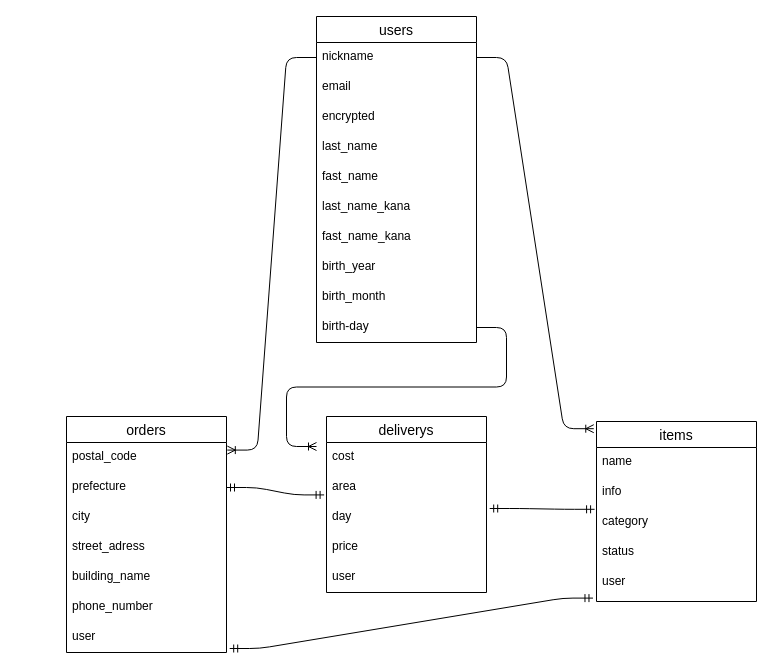
The draw.io diagram test.dio in chantake1128/furima-41428, before the edit. Source tidied: cells renumbered, new cells numbered last; positions are measured from the earlier drawing's top-left corner, leaving out a move shared by most shapes. Both pictures are drawn from the tidied source at 100%, with x=0, y=0 at pixel (66, 16).
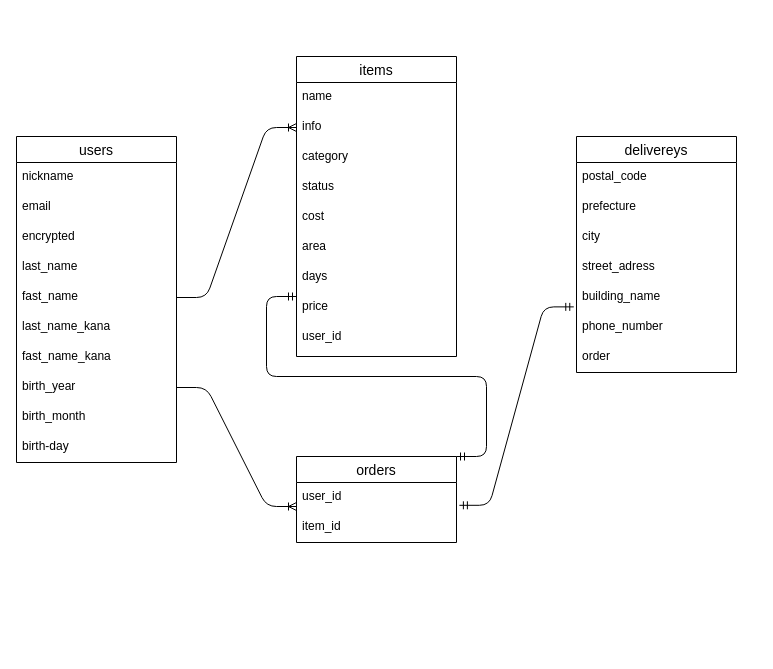
The same page after the edit.

Commit message (it also covers changes not shown here):
データベース設計

Unchanged cells that the change refers to:
```xml
<mxCell id="3" value="nickname" style="text;strokeColor=none;fillColor=none;spacingLeft=4;spacingRight=4;overflow=hidden;points=[[0,0.5],[1,0.5]];portConstraint=eastwest;fontSize=12;" parent="2" vertex="1">
  <mxGeometry y="26" width="160" height="30" as="geometry" />
</mxCell>
<mxCell id="7" value="fast_name" style="text;strokeColor=none;fillColor=none;spacingLeft=4;spacingRight=4;overflow=hidden;points=[[0,0.5],[1,0.5]];portConstraint=eastwest;fontSize=12;" parent="2" vertex="1">
  <mxGeometry y="146" width="160" height="30" as="geometry" />
</mxCell>
<mxCell id="10" value="birth_year" style="text;strokeColor=none;fillColor=none;spacingLeft=4;spacingRight=4;overflow=hidden;points=[[0,0.5],[1,0.5]];portConstraint=eastwest;fontSize=12;" parent="2" vertex="1">
  <mxGeometry y="236" width="160" height="30" as="geometry" />
</mxCell>
<mxCell id="12" value="birth-day" style="text;strokeColor=none;fillColor=none;spacingLeft=4;spacingRight=4;overflow=hidden;points=[[0,0.5],[1,0.5]];portConstraint=eastwest;fontSize=12;" parent="2" vertex="1">
  <mxGeometry y="296" width="160" height="30" as="geometry" />
</mxCell>
<mxCell id="16" value="info" style="text;strokeColor=none;fillColor=none;spacingLeft=4;spacingRight=4;overflow=hidden;points=[[0,0.5],[1,0.5]];portConstraint=eastwest;fontSize=12;" parent="14" vertex="1">
  <mxGeometry y="56" width="160" height="30" as="geometry" />
</mxCell>
<mxCell id="17" value="category" style="text;strokeColor=none;fillColor=none;spacingLeft=4;spacingRight=4;overflow=hidden;points=[[0,0.5],[1,0.5]];portConstraint=eastwest;fontSize=12;" parent="14" vertex="1">
  <mxGeometry y="86" width="160" height="30" as="geometry" />
</mxCell>
<mxCell id="27" value="postal_code" style="text;strokeColor=none;fillColor=none;spacingLeft=4;spacingRight=4;overflow=hidden;points=[[0,0.5],[1,0.5]];portConstraint=eastwest;fontSize=12;" parent="26" vertex="1">
  <mxGeometry y="26" width="160" height="30" as="geometry" />
</mxCell>
<mxCell id="28" value="prefecture" style="text;strokeColor=none;fillColor=none;spacingLeft=4;spacingRight=4;overflow=hidden;points=[[0,0.5],[1,0.5]];portConstraint=eastwest;fontSize=12;" parent="26" vertex="1">
  <mxGeometry y="56" width="160" height="30" as="geometry" />
</mxCell>
<mxCell id="31" value="building_name" style="text;strokeColor=none;fillColor=none;spacingLeft=4;spacingRight=4;overflow=hidden;points=[[0,0.5],[1,0.5]];portConstraint=eastwest;fontSize=12;" parent="26" vertex="1">
  <mxGeometry y="146" width="160" height="30" as="geometry" />
</mxCell>
```

Diff of the diagram source:
```diff
@@
     <mxCell id="2" value="users" style="swimlane;fontStyle=0;horizontal=1;startSize=26;align=center;fontSize=14;" parent="1" vertex="1">
-      <mxGeometry x="250" width="160" height="326" as="geometry" />
+      <mxGeometry x="-50" y="120" width="160" height="326" as="geometry" />
     </mxCell>
@@
     <mxCell id="14" value="items" style="swimlane;fontStyle=0;horizontal=1;startSize=26;align=center;fontSize=14;" parent="1" vertex="1">
-      <mxGeometry x="530" y="405" width="160" height="180" as="geometry" />
+      <mxGeometry x="230" y="40" width="160" height="300" as="geometry" />
     </mxCell>
@@
-    <mxCell id="19" value="user" style="text;strokeColor=none;fillColor=none;spacingLeft=4;spacingRight=4;overflow=hidden;points=[[0,0.5],[1,0.5]];portConstraint=eastwest;fontSize=12;" parent="14" vertex="1">
-      <mxGeometry y="146" width="160" height="34" as="geometry" />
-    </mxCell>
-    <mxCell id="20" value="deliverys" style="swimlane;fontStyle=0;horizontal=1;startSize=26;align=center;fontSize=14;" parent="1" vertex="1">
-      <mxGeometry x="260" y="400" width="160" height="176" as="geometry" />
-    </mxCell>
-    <mxCell id="21" value="cost" style="text;strokeColor=none;fillColor=none;spacingLeft=4;spacingRight=4;overflow=hidden;fontSize=12;" parent="20" vertex="1">
-      <mxGeometry y="26" width="160" height="30" as="geometry" />
+    <mxCell id="21" value="cost" style="text;strokeColor=none;fillColor=none;spacingLeft=4;spacingRight=4;overflow=hidden;fontSize=12;" parent="14" vertex="1">
+      <mxGeometry y="146" width="160" height="30" as="geometry" />
     </mxCell>
-    <mxCell id="22" value="area" style="text;strokeColor=none;fillColor=none;spacingLeft=4;spacingRight=4;overflow=hidden;points=[[0,0.5],[1,0.5]];portConstraint=eastwest;fontSize=12;" parent="20" vertex="1">
-      <mxGeometry y="56" width="160" height="30" as="geometry" />
+    <mxCell id="22" value="area" style="text;strokeColor=none;fillColor=none;spacingLeft=4;spacingRight=4;overflow=hidden;points=[[0,0.5],[1,0.5]];portConstraint=eastwest;fontSize=12;" parent="14" vertex="1">
+      <mxGeometry y="176" width="160" height="30" as="geometry" />
     </mxCell>
-    <mxCell id="23" value="day" style="text;strokeColor=none;fillColor=none;spacingLeft=4;spacingRight=4;overflow=hidden;points=[[0,0.5],[1,0.5]];portConstraint=eastwest;fontSize=12;" parent="20" vertex="1">
-      <mxGeometry y="86" width="160" height="30" as="geometry" />
+    <mxCell id="23" value="days" style="text;strokeColor=none;fillColor=none;spacingLeft=4;spacingRight=4;overflow=hidden;points=[[0,0.5],[1,0.5]];portConstraint=eastwest;fontSize=12;" parent="14" vertex="1">
+      <mxGeometry y="206" width="160" height="30" as="geometry" />
     </mxCell>
-    <mxCell id="24" value="price" style="text;strokeColor=none;fillColor=none;spacingLeft=4;spacingRight=4;overflow=hidden;fontSize=12;" parent="20" vertex="1">
-      <mxGeometry y="116" width="160" height="30" as="geometry" />
+    <mxCell id="24" value="price" style="text;strokeColor=none;fillColor=none;spacingLeft=4;spacingRight=4;overflow=hidden;fontSize=12;" parent="14" vertex="1">
+      <mxGeometry y="236" width="160" height="30" as="geometry" />
     </mxCell>
+    <mxCell id="19" value="user_id" style="text;strokeColor=none;fillColor=none;spacingLeft=4;spacingRight=4;overflow=hidden;points=[[0,0.5],[1,0.5]];portConstraint=eastwest;fontSize=12;" parent="14" vertex="1">
+      <mxGeometry y="266" width="160" height="34" as="geometry" />
+    </mxCell>
+    <mxCell id="20" value="orders" style="swimlane;fontStyle=0;horizontal=1;startSize=26;align=center;fontSize=14;" parent="1" vertex="1">
+      <mxGeometry x="230" y="440" width="160" height="86" as="geometry" />
+    </mxCell>
-    <mxCell id="25" value="user" style="text;strokeColor=none;fillColor=none;spacingLeft=4;spacingRight=4;overflow=hidden;points=[[0,0.5],[1,0.5]];portConstraint=eastwest;fontSize=12;" parent="20" vertex="1">
-      <mxGeometry y="146" width="160" height="30" as="geometry" />
+    <mxCell id="25" value="user_id" style="text;strokeColor=none;fillColor=none;spacingLeft=4;spacingRight=4;overflow=hidden;points=[[0,0.5],[1,0.5]];portConstraint=eastwest;fontSize=12;" parent="20" vertex="1">
+      <mxGeometry y="26" width="160" height="30" as="geometry" />
     </mxCell>
+    <mxCell id="39" value="item_id" style="text;strokeColor=none;fillColor=none;spacingLeft=4;spacingRight=4;overflow=hidden;fontSize=12;" parent="20" vertex="1">
+      <mxGeometry y="56" width="160" height="30" as="geometry" />
+    </mxCell>
-    <mxCell id="26" value="orders" style="swimlane;fontStyle=0;horizontal=1;startSize=26;align=center;fontSize=14;" parent="1" vertex="1">
-      <mxGeometry y="400" width="160" height="236" as="geometry" />
+    <mxCell id="26" value="delivereys" style="swimlane;fontStyle=0;horizontal=1;startSize=26;align=center;fontSize=14;" parent="1" vertex="1">
+      <mxGeometry x="510" y="120" width="160" height="236" as="geometry" />
     </mxCell>
@@
-    <mxCell id="33" value="user" style="text;strokeColor=none;fillColor=none;spacingLeft=4;spacingRight=4;overflow=hidden;points=[[0,0.5],[1,0.5]];portConstraint=eastwest;fontSize=12;fontFamily=Helvetica;fontColor=default;" parent="26" vertex="1">
-      <mxGeometry y="206" width="160" height="30" as="geometry" />
-    </mxCell>
-    <mxCell id="34" style="edgeStyle=entityRelationEdgeStyle;fontSize=12;html=1;endArrow=ERoneToMany;entryX=-0.017;entryY=0.04;entryDx=0;entryDy=0;strokeWidth=1;entryPerimeter=0;exitX=1;exitY=0.5;exitDx=0;exitDy=0;" parent="1" edge="1" source="3" target="14">
-      <mxGeometry relative="1" as="geometry" />
-    </mxCell>
-    <mxCell id="35" style="edgeStyle=entityRelationEdgeStyle;fontSize=12;html=1;endArrow=ERmandOne;startArrow=ERmandOne;rounded=1;labelBackgroundColor=default;strokeColor=default;strokeWidth=1;fontFamily=Helvetica;fontColor=default;shape=connector;entryX=-0.012;entryY=0.06;entryDx=0;entryDy=0;exitX=1.02;exitY=0.2;exitDx=0;exitDy=0;entryPerimeter=0;exitPerimeter=0;" parent="1" edge="1" source="23" target="17">
-      <mxGeometry relative="1" as="geometry" />
-    </mxCell>
-    <mxCell id="36" style="edgeStyle=entityRelationEdgeStyle;fontSize=12;html=1;endArrow=ERmandOne;startArrow=ERmandOne;rounded=1;labelBackgroundColor=default;strokeColor=default;strokeWidth=1;fontFamily=Helvetica;fontColor=default;shape=connector;entryX=-0.015;entryY=0.747;entryDx=0;entryDy=0;exitX=1;exitY=0.5;exitDx=0;exitDy=0;entryPerimeter=0;" parent="1" edge="1" source="28" target="22">
-      <mxGeometry relative="1" as="geometry" />
-    </mxCell>
-    <mxCell id="37" style="edgeStyle=entityRelationEdgeStyle;fontSize=12;html=1;endArrow=ERoneToMany;rounded=1;labelBackgroundColor=default;strokeColor=default;strokeWidth=1;fontFamily=Helvetica;fontColor=default;shape=connector;exitX=1;exitY=0.5;exitDx=0;exitDy=0;" parent="1" edge="1" source="12">
-      <mxGeometry relative="1" as="geometry">
-        <mxPoint x="250" y="430" as="targetPoint" />
-      </mxGeometry>
-    </mxCell>
-    <mxCell id="38" style="edgeStyle=entityRelationEdgeStyle;fontSize=12;html=1;endArrow=ERoneToMany;rounded=1;labelBackgroundColor=default;strokeColor=default;strokeWidth=1;fontFamily=Helvetica;fontColor=default;shape=connector;entryX=1.005;entryY=0.253;entryDx=0;entryDy=0;entryPerimeter=0;exitX=0;exitY=0.5;exitDx=0;exitDy=0;" parent="1" edge="1" source="3" target="27">
-      <mxGeometry relative="1" as="geometry" />
-    </mxCell>
-    <mxCell id="39" style="edgeStyle=entityRelationEdgeStyle;fontSize=12;html=1;endArrow=ERmandOne;startArrow=ERmandOne;rounded=1;labelBackgroundColor=default;strokeColor=default;strokeWidth=1;fontFamily=Helvetica;fontColor=default;shape=connector;entryX=-0.022;entryY=0.9;entryDx=0;entryDy=0;entryPerimeter=0;exitX=1.02;exitY=0.867;exitDx=0;exitDy=0;exitPerimeter=0;" parent="1" edge="1" source="33" target="19">
-      <mxGeometry relative="1" as="geometry" />
-    </mxCell>
+    <mxCell id="40" value="order" style="text;strokeColor=none;fillColor=none;spacingLeft=4;spacingRight=4;overflow=hidden;fontSize=12;" parent="26" vertex="1">
+      <mxGeometry y="206" width="160" height="30" as="geometry" />
+    </mxCell>
+    <mxCell id="41" style="edgeStyle=entityRelationEdgeStyle;fontSize=12;html=1;endArrow=ERoneToMany;entryX=0;entryY=0.5;entryDx=0;entryDy=0;exitX=1;exitY=0.5;exitDx=0;exitDy=0;" parent="1" edge="1" source="7" target="16">
+      <mxGeometry relative="1" as="geometry" />
+    </mxCell>
+    <mxCell id="42" style="edgeStyle=entityRelationEdgeStyle;fontSize=12;html=1;endArrow=ERoneToMany;entryX=0;entryY=0.8;entryDx=0;entryDy=0;entryPerimeter=0;exitX=1;exitY=0.5;exitDx=0;exitDy=0;" parent="1" edge="1" source="10" target="25">
+      <mxGeometry relative="1" as="geometry" />
+    </mxCell>
+    <mxCell id="43" style="edgeStyle=entityRelationEdgeStyle;fontSize=12;html=1;endArrow=ERmandOne;startArrow=ERmandOne;exitX=1;exitY=0;exitDx=0;exitDy=0;" parent="1" edge="1" source="20">
+      <mxGeometry relative="1" as="geometry">
+        <mxPoint x="230" y="280" as="targetPoint" />
+      </mxGeometry>
+    </mxCell>
+    <mxCell id="44" style="edgeStyle=entityRelationEdgeStyle;fontSize=12;html=1;endArrow=ERmandOne;startArrow=ERmandOne;entryX=-0.017;entryY=0.813;entryDx=0;entryDy=0;entryPerimeter=0;exitX=1.018;exitY=0.76;exitDx=0;exitDy=0;exitPerimeter=0;" parent="1" edge="1" source="25" target="31">
+      <mxGeometry relative="1" as="geometry" />
+    </mxCell>
```
